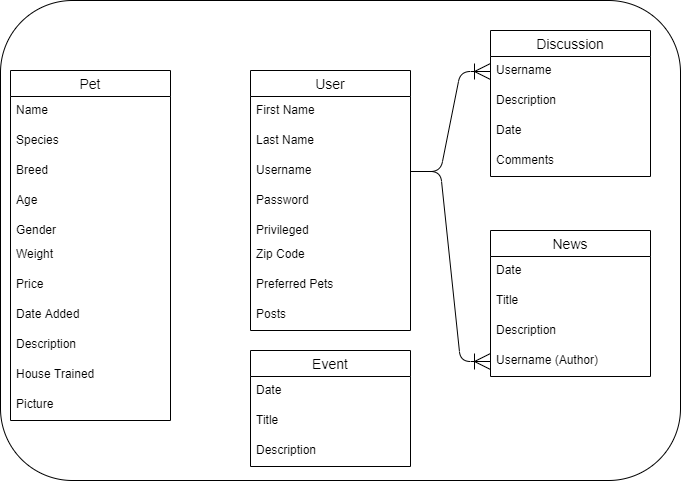
Before: docs/IS 5050 Project ERD.png, a diagram exported from draw.io (K-Sargent/is-5050-humane-society). Source tidied: cells renumbered, new cells last; positions are measured from the earlier drawing's top-left corner, leaving out a move shared by most shapes. Source of this version:
```xml
<mxGraphModel>
  <root>
    <mxCell id="0" />
    <mxCell id="1" parent="0" />
    <mxCell id="2" style="rounded=1;whiteSpace=wrap;html=1;hachureGap=4;" parent="1" vertex="1">
      <mxGeometry width="680" height="480" as="geometry" />
    </mxCell>
    <mxCell id="3" value="User" style="swimlane;fontStyle=0;horizontal=1;startSize=26;align=center;fontSize=14;hachureGap=4;" parent="1" vertex="1">
      <mxGeometry x="250" y="70" width="160" height="260" as="geometry" />
    </mxCell>
    <mxCell id="4" value="First Name" style="text;strokeColor=none;fillColor=none;spacingLeft=4;spacingRight=4;overflow=hidden;fontSize=12;" parent="3" vertex="1">
      <mxGeometry y="26" width="160" height="30" as="geometry" />
    </mxCell>
    <mxCell id="5" value="Last Name" style="text;strokeColor=none;fillColor=none;spacingLeft=4;spacingRight=4;overflow=hidden;fontSize=12;" parent="3" vertex="1">
      <mxGeometry y="56" width="160" height="30" as="geometry" />
    </mxCell>
    <mxCell id="6" value="Username" style="text;strokeColor=none;fillColor=none;spacingLeft=4;spacingRight=4;overflow=hidden;points=[[0,0.5],[1,0.5]];portConstraint=eastwest;fontSize=12;" parent="3" vertex="1">
      <mxGeometry y="86" width="160" height="30" as="geometry" />
    </mxCell>
    <mxCell id="7" value="Password" style="text;strokeColor=none;fillColor=none;spacingLeft=4;spacingRight=4;overflow=hidden;fontSize=12;" parent="3" vertex="1">
      <mxGeometry y="116" width="160" height="30" as="geometry" />
    </mxCell>
    <mxCell id="8" value="Privileged" style="text;strokeColor=none;fillColor=none;spacingLeft=4;spacingRight=4;overflow=hidden;fontSize=12;" parent="3" vertex="1">
      <mxGeometry y="146" width="160" height="24" as="geometry" />
    </mxCell>
    <mxCell id="9" value="Zip Code" style="text;strokeColor=none;fillColor=none;spacingLeft=4;spacingRight=4;overflow=hidden;fontSize=12;" parent="3" vertex="1">
      <mxGeometry y="170" width="160" height="30" as="geometry" />
    </mxCell>
    <mxCell id="10" value="Preferred Pets" style="text;strokeColor=none;fillColor=none;spacingLeft=4;spacingRight=4;overflow=hidden;fontSize=12;" parent="3" vertex="1">
      <mxGeometry y="200" width="160" height="30" as="geometry" />
    </mxCell>
    <mxCell id="11" value="Posts" style="text;strokeColor=none;fillColor=none;spacingLeft=4;spacingRight=4;overflow=hidden;fontSize=12;" parent="3" vertex="1">
      <mxGeometry y="230" width="160" height="30" as="geometry" />
    </mxCell>
    <mxCell id="12" value="Pet" style="swimlane;fontStyle=0;horizontal=1;startSize=26;align=center;fontSize=14;hachureGap=4;" parent="1" vertex="1">
      <mxGeometry x="10" y="70" width="160" height="350" as="geometry" />
    </mxCell>
    <mxCell id="13" value="Name" style="text;strokeColor=none;fillColor=none;spacingLeft=4;spacingRight=4;overflow=hidden;fontSize=12;" parent="12" vertex="1">
      <mxGeometry y="26" width="160" height="30" as="geometry" />
    </mxCell>
    <mxCell id="14" value="Species" style="text;strokeColor=none;fillColor=none;spacingLeft=4;spacingRight=4;overflow=hidden;fontSize=12;" parent="12" vertex="1">
      <mxGeometry y="56" width="160" height="30" as="geometry" />
    </mxCell>
    <mxCell id="15" value="Breed" style="text;strokeColor=none;fillColor=none;spacingLeft=4;spacingRight=4;overflow=hidden;fontSize=12;" parent="12" vertex="1">
      <mxGeometry y="86" width="160" height="30" as="geometry" />
    </mxCell>
    <mxCell id="16" value="Age" style="text;strokeColor=none;fillColor=none;spacingLeft=4;spacingRight=4;overflow=hidden;fontSize=12;" parent="12" vertex="1">
      <mxGeometry y="116" width="160" height="30" as="geometry" />
    </mxCell>
    <mxCell id="17" value="Gender" style="text;strokeColor=none;fillColor=none;spacingLeft=4;spacingRight=4;overflow=hidden;fontSize=12;" parent="12" vertex="1">
      <mxGeometry y="146" width="160" height="24" as="geometry" />
    </mxCell>
    <mxCell id="18" value="Weight" style="text;strokeColor=none;fillColor=none;spacingLeft=4;spacingRight=4;overflow=hidden;fontSize=12;" parent="12" vertex="1">
      <mxGeometry y="170" width="160" height="30" as="geometry" />
    </mxCell>
    <mxCell id="19" value="Price" style="text;strokeColor=none;fillColor=none;spacingLeft=4;spacingRight=4;overflow=hidden;fontSize=12;" parent="12" vertex="1">
      <mxGeometry y="200" width="160" height="30" as="geometry" />
    </mxCell>
    <mxCell id="20" value="Date Added" style="text;strokeColor=none;fillColor=none;spacingLeft=4;spacingRight=4;overflow=hidden;fontSize=12;" parent="12" vertex="1">
      <mxGeometry y="230" width="160" height="30" as="geometry" />
    </mxCell>
    <mxCell id="21" value="Description" style="text;strokeColor=none;fillColor=none;spacingLeft=4;spacingRight=4;overflow=hidden;fontSize=12;" parent="12" vertex="1">
      <mxGeometry y="260" width="160" height="30" as="geometry" />
    </mxCell>
    <mxCell id="22" value="House Trained" style="text;strokeColor=none;fillColor=none;spacingLeft=4;spacingRight=4;overflow=hidden;fontSize=12;" parent="12" vertex="1">
      <mxGeometry y="290" width="160" height="30" as="geometry" />
    </mxCell>
    <mxCell id="23" value="Picture" style="text;strokeColor=none;fillColor=none;spacingLeft=4;spacingRight=4;overflow=hidden;fontSize=12;" parent="12" vertex="1">
      <mxGeometry y="320" width="160" height="30" as="geometry" />
    </mxCell>
    <mxCell id="24" value="Discussion" style="swimlane;fontStyle=0;horizontal=1;startSize=26;align=center;fontSize=14;hachureGap=4;" parent="1" vertex="1">
      <mxGeometry x="490" y="30" width="160" height="146" as="geometry" />
    </mxCell>
    <mxCell id="25" value="Username" style="text;strokeColor=none;fillColor=none;spacingLeft=4;spacingRight=4;overflow=hidden;points=[[0,0.5],[1,0.5]];portConstraint=eastwest;fontSize=12;" parent="24" vertex="1">
      <mxGeometry y="26" width="160" height="30" as="geometry" />
    </mxCell>
    <mxCell id="26" value="Description" style="text;strokeColor=none;fillColor=none;spacingLeft=4;spacingRight=4;overflow=hidden;fontSize=12;" parent="24" vertex="1">
      <mxGeometry y="56" width="160" height="30" as="geometry" />
    </mxCell>
    <mxCell id="27" value="Date" style="text;strokeColor=none;fillColor=none;spacingLeft=4;spacingRight=4;overflow=hidden;fontSize=12;" parent="24" vertex="1">
      <mxGeometry y="86" width="160" height="30" as="geometry" />
    </mxCell>
    <mxCell id="28" value="Comments" style="text;strokeColor=none;fillColor=none;spacingLeft=4;spacingRight=4;overflow=hidden;fontSize=12;" parent="24" vertex="1">
      <mxGeometry y="116" width="160" height="30" as="geometry" />
    </mxCell>
    <mxCell id="29" value="News" style="swimlane;fontStyle=0;horizontal=1;startSize=26;align=center;fontSize=14;hachureGap=4;" parent="1" vertex="1">
      <mxGeometry x="490" y="230" width="160" height="146" as="geometry" />
    </mxCell>
    <mxCell id="30" value="Date" style="text;strokeColor=none;fillColor=none;spacingLeft=4;spacingRight=4;overflow=hidden;fontSize=12;" parent="29" vertex="1">
      <mxGeometry y="26" width="160" height="30" as="geometry" />
    </mxCell>
    <mxCell id="31" value="Title" style="text;strokeColor=none;fillColor=none;spacingLeft=4;spacingRight=4;overflow=hidden;fontSize=12;" parent="29" vertex="1">
      <mxGeometry y="56" width="160" height="30" as="geometry" />
    </mxCell>
    <mxCell id="32" value="Description" style="text;strokeColor=none;fillColor=none;spacingLeft=4;spacingRight=4;overflow=hidden;fontSize=12;" parent="29" vertex="1">
      <mxGeometry y="86" width="160" height="30" as="geometry" />
    </mxCell>
    <mxCell id="33" value="Username (Author)" style="text;strokeColor=none;fillColor=none;spacingLeft=4;spacingRight=4;overflow=hidden;points=[[0,0.5],[1,0.5]];portConstraint=eastwest;fontSize=12;" parent="29" vertex="1">
      <mxGeometry y="116" width="160" height="30" as="geometry" />
    </mxCell>
    <mxCell id="34" value="Event" style="swimlane;fontStyle=0;horizontal=1;startSize=26;align=center;fontSize=14;hachureGap=4;" parent="1" vertex="1">
      <mxGeometry x="250" y="350" width="160" height="116" as="geometry" />
    </mxCell>
    <mxCell id="35" value="Date" style="text;strokeColor=none;fillColor=none;spacingLeft=4;spacingRight=4;overflow=hidden;fontSize=12;" parent="34" vertex="1">
      <mxGeometry y="26" width="160" height="30" as="geometry" />
    </mxCell>
    <mxCell id="36" value="Title" style="text;strokeColor=none;fillColor=none;spacingLeft=4;spacingRight=4;overflow=hidden;fontSize=12;" parent="34" vertex="1">
      <mxGeometry y="56" width="160" height="30" as="geometry" />
    </mxCell>
    <mxCell id="37" value="Description" style="text;strokeColor=none;fillColor=none;spacingLeft=4;spacingRight=4;overflow=hidden;fontSize=12;" parent="34" vertex="1">
      <mxGeometry y="86" width="160" height="30" as="geometry" />
    </mxCell>
    <mxCell id="38" style="edgeStyle=entityRelationEdgeStyle;fontSize=12;html=1;endArrow=ERoneToMany;startSize=14;endSize=14;sourcePerimeterSpacing=8;targetPerimeterSpacing=8;exitX=1;exitY=0.5;exitDx=0;exitDy=0;entryX=0;entryY=0.5;entryDx=0;entryDy=0;" parent="1" edge="1" source="6" target="33">
      <mxGeometry relative="1" as="geometry" />
    </mxCell>
    <mxCell id="39" style="edgeStyle=entityRelationEdgeStyle;fontSize=12;html=1;endArrow=ERoneToMany;startSize=14;endSize=14;sourcePerimeterSpacing=8;targetPerimeterSpacing=8;exitX=1;exitY=0.5;exitDx=0;exitDy=0;entryX=0;entryY=0.5;entryDx=0;entryDy=0;" parent="1" edge="1" source="6" target="25">
      <mxGeometry relative="1" as="geometry" />
    </mxCell>
  </root>
</mxGraphModel>
```
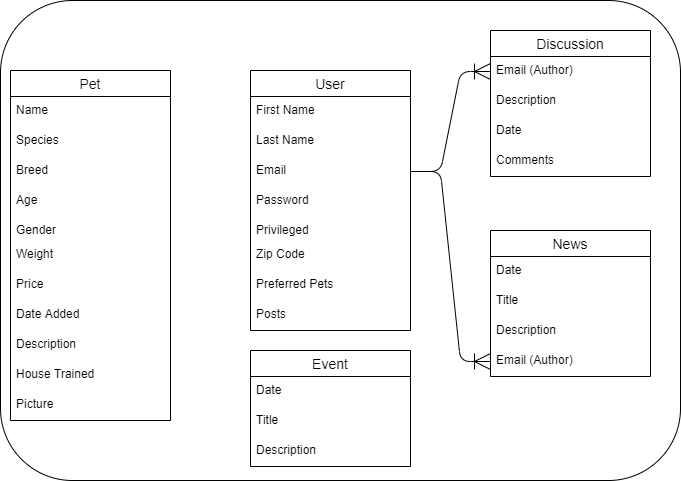
Later version of the same file.

Commit message:
updated ERD to change username to email

The edit, as a diff of the source:
```diff
@@ -14,7 +14,7 @@
     <mxCell id="5" value="Last Name" style="text;strokeColor=none;fillColor=none;spacingLeft=4;spacingRight=4;overflow=hidden;fontSize=12;" parent="3" vertex="1">
       <mxGeometry y="56" width="160" height="30" as="geometry" />
     </mxCell>
-    <mxCell id="6" value="Username" style="text;strokeColor=none;fillColor=none;spacingLeft=4;spacingRight=4;overflow=hidden;points=[[0,0.5],[1,0.5]];portConstraint=eastwest;fontSize=12;" parent="3" vertex="1">
+    <mxCell id="6" value="Email" style="text;strokeColor=none;fillColor=none;spacingLeft=4;spacingRight=4;overflow=hidden;points=[[0,0.5],[1,0.5]];portConstraint=eastwest;fontSize=12;" parent="3" vertex="1">
       <mxGeometry y="86" width="160" height="30" as="geometry" />
     </mxCell>
     <mxCell id="7" value="Password" style="text;strokeColor=none;fillColor=none;spacingLeft=4;spacingRight=4;overflow=hidden;fontSize=12;" parent="3" vertex="1">
@@ -71,7 +71,7 @@
     <mxCell id="24" value="Discussion" style="swimlane;fontStyle=0;horizontal=1;startSize=26;align=center;fontSize=14;hachureGap=4;" parent="1" vertex="1">
       <mxGeometry x="490" y="30" width="160" height="146" as="geometry" />
     </mxCell>
-    <mxCell id="25" value="Username" style="text;strokeColor=none;fillColor=none;spacingLeft=4;spacingRight=4;overflow=hidden;points=[[0,0.5],[1,0.5]];portConstraint=eastwest;fontSize=12;" parent="24" vertex="1">
+    <mxCell id="25" value="Email (Author)" style="text;strokeColor=none;fillColor=none;spacingLeft=4;spacingRight=4;overflow=hidden;points=[[0,0.5],[1,0.5]];portConstraint=eastwest;fontSize=12;" parent="24" vertex="1">
       <mxGeometry y="26" width="160" height="30" as="geometry" />
     </mxCell>
     <mxCell id="26" value="Description" style="text;strokeColor=none;fillColor=none;spacingLeft=4;spacingRight=4;overflow=hidden;fontSize=12;" parent="24" vertex="1">
@@ -95,7 +95,7 @@
     <mxCell id="32" value="Description" style="text;strokeColor=none;fillColor=none;spacingLeft=4;spacingRight=4;overflow=hidden;fontSize=12;" parent="29" vertex="1">
       <mxGeometry y="86" width="160" height="30" as="geometry" />
     </mxCell>
-    <mxCell id="33" value="Username (Author)" style="text;strokeColor=none;fillColor=none;spacingLeft=4;spacingRight=4;overflow=hidden;points=[[0,0.5],[1,0.5]];portConstraint=eastwest;fontSize=12;" parent="29" vertex="1">
+    <mxCell id="33" value="Email (Author)" style="text;strokeColor=none;fillColor=none;spacingLeft=4;spacingRight=4;overflow=hidden;points=[[0,0.5],[1,0.5]];portConstraint=eastwest;fontSize=12;" parent="29" vertex="1">
       <mxGeometry y="116" width="160" height="30" as="geometry" />
     </mxCell>
     <mxCell id="34" value="Event" style="swimlane;fontStyle=0;horizontal=1;startSize=26;align=center;fontSize=14;hachureGap=4;" parent="1" vertex="1">
```
